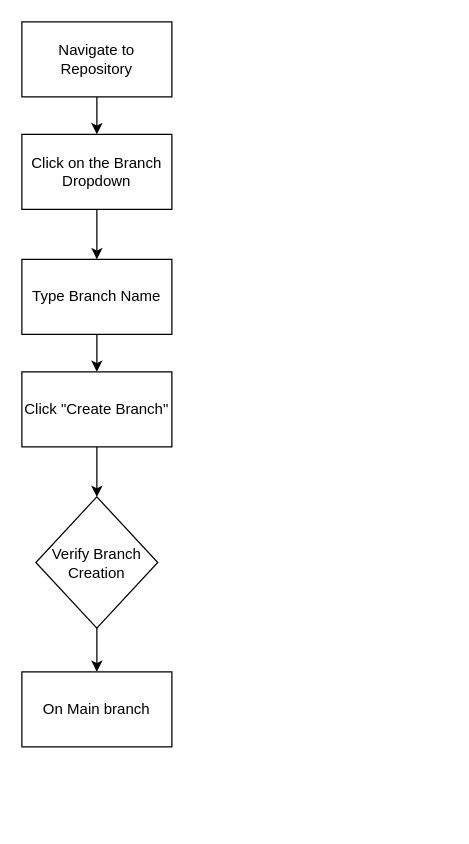
Earlier version of the draw.io diagram CreateRepoDiagramUser.drawio (bhargav1997/work-flows). Source tidied: cells renumbered, new cells numbered last; positions are measured from the earlier drawing's top-left corner, leaving out a move shared by most shapes. Both pictures are drawn from the tidied source at 125%, with x=0, y=0 at pixel (21, 21).
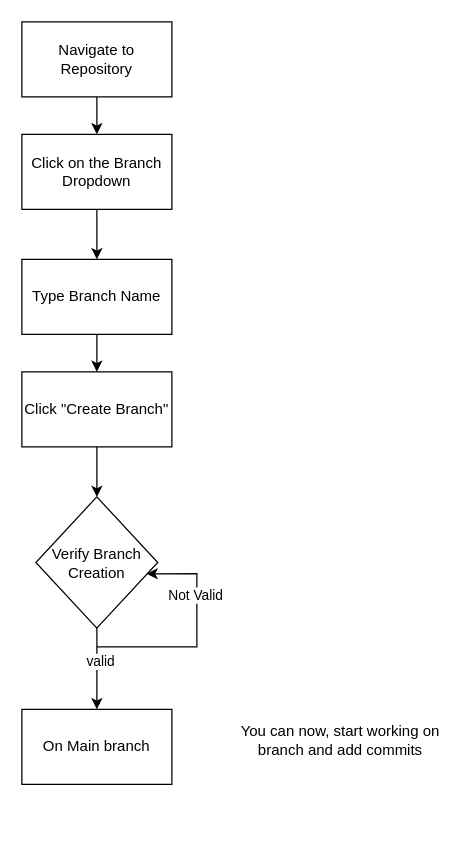
The same page after the edit.

The edit, as a diff of the source:
```diff
@@
 <mxGraphModel>
   <root>
     <mxCell id="0" />
     <mxCell id="1" parent="0" />
     <mxCell id="2" style="edgeStyle=orthogonalEdgeStyle;rounded=0;jettySize=auto;html=1;" parent="1" edge="1" source="3" target="5">
       <mxGeometry relative="1" as="geometry" />
     </mxCell>
     <mxCell id="3" value="Navigate to Repository" style="rounded=0;whiteSpace=wrap;html=1;" parent="1" vertex="1">
       <mxGeometry width="120" height="60" as="geometry" />
     </mxCell>
     <mxCell id="4" style="edgeStyle=orthogonalEdgeStyle;rounded=0;jettySize=auto;html=1;" parent="1" edge="1" source="5" target="7">
       <mxGeometry relative="1" as="geometry" />
     </mxCell>
     <mxCell id="5" value="Click on the Branch Dropdown" style="rounded=0;whiteSpace=wrap;html=1;" parent="1" vertex="1">
       <mxGeometry y="90" width="120" height="60" as="geometry" />
     </mxCell>
     <mxCell id="6" style="edgeStyle=orthogonalEdgeStyle;rounded=0;jettySize=auto;html=1;" parent="1" edge="1" source="7" target="9">
       <mxGeometry relative="1" as="geometry" />
     </mxCell>
     <mxCell id="7" value="Type Branch Name" style="rounded=0;whiteSpace=wrap;html=1;" parent="1" vertex="1">
       <mxGeometry y="190" width="120" height="60" as="geometry" />
     </mxCell>
     <mxCell id="8" style="edgeStyle=orthogonalEdgeStyle;rounded=0;jettySize=auto;html=1;" parent="1" edge="1" source="9" target="11">
       <mxGeometry relative="1" as="geometry" />
     </mxCell>
     <mxCell id="9" value="Click &quot;Create Branch&quot;" style="rounded=0;whiteSpace=wrap;html=1;" parent="1" vertex="1">
       <mxGeometry y="280" width="120" height="60" as="geometry" />
     </mxCell>
     <mxCell id="10" style="edgeStyle=orthogonalEdgeStyle;rounded=0;jettySize=auto;html=1;" parent="1" edge="1" source="11" target="12">
       <mxGeometry relative="1" as="geometry" />
     </mxCell>
+    <mxCell id="13" value="valid" style="edgeLabel;html=1;align=center;verticalAlign=middle;" parent="10" vertex="1">
+      <mxGeometry x="-0.18" y="2" relative="1" as="geometry" />
+    </mxCell>
     <mxCell id="11" value="Verify Branch Creation" style="rhombus;whiteSpace=wrap;html=1;rounded=0;" parent="1" vertex="1">
       <mxGeometry x="11.2" y="380" width="97.5" height="105" as="geometry" />
     </mxCell>
+    <mxCell id="14" style="edgeStyle=orthogonalEdgeStyle;rounded=0;jettySize=auto;html=1;entryX=0.908;entryY=0.586;entryDx=0;entryDy=0;entryPerimeter=0;" parent="1" edge="1" target="11">
+      <mxGeometry relative="1" as="geometry">
+        <mxPoint x="60" y="500" as="sourcePoint" />
+        <Array as="points">
+          <mxPoint x="120" y="500" />
+          <mxPoint x="140" y="500" />
+          <mxPoint x="140" y="442" />
+        </Array>
+      </mxGeometry>
+    </mxCell>
+    <mxCell id="15" value="Not Valid" style="edgeLabel;html=1;align=center;verticalAlign=middle;" parent="14" vertex="1">
+      <mxGeometry x="0.36" y="2" relative="1" as="geometry" />
+    </mxCell>
     <mxCell id="12" value="On Main branch" style="whiteSpace=wrap;html=1;rounded=0;" parent="1" vertex="1">
-      <mxGeometry y="520" width="120" height="60" as="geometry" />
+      <mxGeometry y="550" width="120" height="60" as="geometry" />
     </mxCell>
+    <mxCell id="16" value="You can now, start working on branch and add commits" style="text;strokeColor=none;align=center;fillColor=none;html=1;verticalAlign=middle;whiteSpace=wrap;rounded=0;" parent="1" vertex="1">
+      <mxGeometry x="170" y="510" width="170" height="130" as="geometry" />
+    </mxCell>
   </root>
 </mxGraphModel>
```
